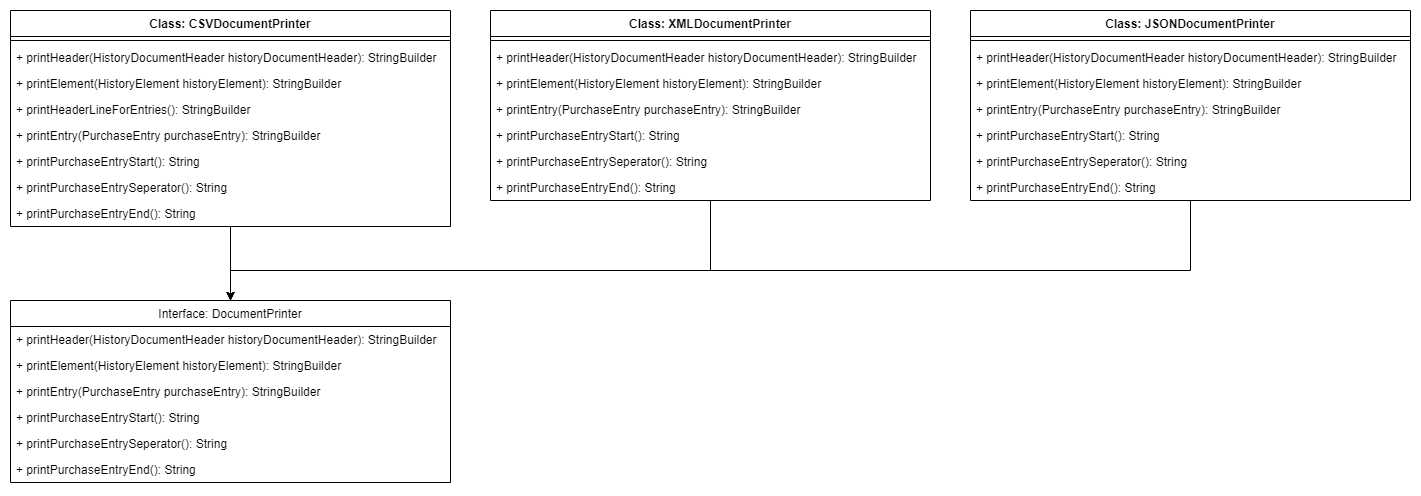
Before: file/Diagramme/OCP-1.png, a diagram exported from draw.io (Nilsksk/Costtracker). Source tidied: cells renumbered, new cells last; positions are measured from the earlier drawing's top-left corner, leaving out a move shared by most shapes. Source of this version:
```xml
<mxGraphModel>
  <root>
    <mxCell id="0" />
    <mxCell id="1" parent="0" />
    <mxCell id="2" style="edgeStyle=orthogonalEdgeStyle;rounded=0;jettySize=auto;html=1;entryX=0.5;entryY=0;entryDx=0;entryDy=0;" parent="1" edge="1" source="3" target="12">
      <mxGeometry relative="1" as="geometry" />
    </mxCell>
    <mxCell id="3" value="Class: CSVDocumentPrinter" style="swimlane;fontStyle=1;align=center;verticalAlign=top;horizontal=1;startSize=26;" parent="1" vertex="1">
      <mxGeometry width="440" height="216" as="geometry" />
    </mxCell>
    <mxCell id="4" style="line;strokeWidth=1;fillColor=none;align=left;verticalAlign=middle;spacingTop=-1;spacingLeft=3;spacingRight=3;labelPosition=right;" parent="3" vertex="1">
      <mxGeometry y="26" width="440" height="8" as="geometry" />
    </mxCell>
    <mxCell id="5" value="+ printHeader(HistoryDocumentHeader historyDocumentHeader): StringBuilder" style="text;strokeColor=none;fillColor=none;align=left;verticalAlign=top;spacingLeft=4;spacingRight=4;overflow=hidden;" parent="3" vertex="1">
      <mxGeometry y="34" width="440" height="26" as="geometry" />
    </mxCell>
    <mxCell id="6" value="+ printElement(HistoryElement historyElement): StringBuilder" style="text;strokeColor=none;fillColor=none;align=left;verticalAlign=top;spacingLeft=4;spacingRight=4;overflow=hidden;" parent="3" vertex="1">
      <mxGeometry y="60" width="440" height="26" as="geometry" />
    </mxCell>
    <mxCell id="7" value="+ printHeaderLineForEntries(): StringBuilder" style="text;strokeColor=none;fillColor=none;align=left;verticalAlign=top;spacingLeft=4;spacingRight=4;overflow=hidden;" parent="3" vertex="1">
      <mxGeometry y="86" width="440" height="26" as="geometry" />
    </mxCell>
    <mxCell id="8" value="+ printEntry(PurchaseEntry purchaseEntry): StringBuilder" style="text;strokeColor=none;fillColor=none;align=left;verticalAlign=top;spacingLeft=4;spacingRight=4;overflow=hidden;" parent="3" vertex="1">
      <mxGeometry y="112" width="440" height="26" as="geometry" />
    </mxCell>
    <mxCell id="9" value="+ printPurchaseEntryStart(): String" style="text;strokeColor=none;fillColor=none;align=left;verticalAlign=top;spacingLeft=4;spacingRight=4;overflow=hidden;" parent="3" vertex="1">
      <mxGeometry y="138" width="440" height="26" as="geometry" />
    </mxCell>
    <mxCell id="10" value="+ printPurchaseEntrySeperator(): String" style="text;strokeColor=none;fillColor=none;align=left;verticalAlign=top;spacingLeft=4;spacingRight=4;overflow=hidden;" parent="3" vertex="1">
      <mxGeometry y="164" width="440" height="26" as="geometry" />
    </mxCell>
    <mxCell id="11" value="+ printPurchaseEntryEnd(): String" style="text;strokeColor=none;fillColor=none;align=left;verticalAlign=top;spacingLeft=4;spacingRight=4;overflow=hidden;" parent="3" vertex="1">
      <mxGeometry y="190" width="440" height="26" as="geometry" />
    </mxCell>
    <mxCell id="12" value="Interface: DocumentPrinter" style="swimlane;fontStyle=0;horizontal=1;startSize=26;fillColor=none;" parent="1" vertex="1">
      <mxGeometry y="290" width="440" height="182" as="geometry" />
    </mxCell>
    <mxCell id="13" value="+ printHeader(HistoryDocumentHeader historyDocumentHeader): StringBuilder" style="text;strokeColor=none;fillColor=none;align=left;verticalAlign=top;spacingLeft=4;spacingRight=4;overflow=hidden;" parent="12" vertex="1">
      <mxGeometry y="26" width="440" height="26" as="geometry" />
    </mxCell>
    <mxCell id="14" value="+ printElement(HistoryElement historyElement): StringBuilder" style="text;strokeColor=none;fillColor=none;align=left;verticalAlign=top;spacingLeft=4;spacingRight=4;overflow=hidden;" parent="12" vertex="1">
      <mxGeometry y="52" width="440" height="26" as="geometry" />
    </mxCell>
    <mxCell id="15" value="+ printEntry(PurchaseEntry purchaseEntry): StringBuilder" style="text;strokeColor=none;fillColor=none;align=left;verticalAlign=top;spacingLeft=4;spacingRight=4;overflow=hidden;" parent="12" vertex="1">
      <mxGeometry y="78" width="440" height="26" as="geometry" />
    </mxCell>
    <mxCell id="16" value="+ printPurchaseEntryStart(): String" style="text;strokeColor=none;fillColor=none;align=left;verticalAlign=top;spacingLeft=4;spacingRight=4;overflow=hidden;" parent="12" vertex="1">
      <mxGeometry y="104" width="440" height="26" as="geometry" />
    </mxCell>
    <mxCell id="17" value="+ printPurchaseEntrySeperator(): String" style="text;strokeColor=none;fillColor=none;align=left;verticalAlign=top;spacingLeft=4;spacingRight=4;overflow=hidden;" parent="12" vertex="1">
      <mxGeometry y="130" width="440" height="26" as="geometry" />
    </mxCell>
    <mxCell id="18" value="+ printPurchaseEntryEnd(): String" style="text;strokeColor=none;fillColor=none;align=left;verticalAlign=top;spacingLeft=4;spacingRight=4;overflow=hidden;" parent="12" vertex="1">
      <mxGeometry y="156" width="440" height="26" as="geometry" />
    </mxCell>
    <mxCell id="19" style="edgeStyle=orthogonalEdgeStyle;rounded=0;jettySize=auto;html=1;entryX=0.5;entryY=0;entryDx=0;entryDy=0;" parent="1" edge="1" source="20" target="12">
      <mxGeometry relative="1" as="geometry">
        <Array as="points">
          <mxPoint x="700" y="260" />
          <mxPoint x="220" y="260" />
        </Array>
      </mxGeometry>
    </mxCell>
    <mxCell id="20" value="Class: XMLDocumentPrinter" style="swimlane;fontStyle=1;align=center;verticalAlign=top;horizontal=1;startSize=26;" parent="1" vertex="1">
      <mxGeometry x="480" width="440" height="190" as="geometry" />
    </mxCell>
    <mxCell id="21" style="line;strokeWidth=1;fillColor=none;align=left;verticalAlign=middle;spacingTop=-1;spacingLeft=3;spacingRight=3;labelPosition=right;" parent="20" vertex="1">
      <mxGeometry y="26" width="440" height="8" as="geometry" />
    </mxCell>
    <mxCell id="22" value="+ printHeader(HistoryDocumentHeader historyDocumentHeader): StringBuilder" style="text;strokeColor=none;fillColor=none;align=left;verticalAlign=top;spacingLeft=4;spacingRight=4;overflow=hidden;" parent="20" vertex="1">
      <mxGeometry y="34" width="440" height="26" as="geometry" />
    </mxCell>
    <mxCell id="23" value="+ printElement(HistoryElement historyElement): StringBuilder" style="text;strokeColor=none;fillColor=none;align=left;verticalAlign=top;spacingLeft=4;spacingRight=4;overflow=hidden;" parent="20" vertex="1">
      <mxGeometry y="60" width="440" height="26" as="geometry" />
    </mxCell>
    <mxCell id="24" value="+ printEntry(PurchaseEntry purchaseEntry): StringBuilder" style="text;strokeColor=none;fillColor=none;align=left;verticalAlign=top;spacingLeft=4;spacingRight=4;overflow=hidden;" parent="20" vertex="1">
      <mxGeometry y="86" width="440" height="26" as="geometry" />
    </mxCell>
    <mxCell id="25" value="+ printPurchaseEntryStart(): String" style="text;strokeColor=none;fillColor=none;align=left;verticalAlign=top;spacingLeft=4;spacingRight=4;overflow=hidden;" parent="20" vertex="1">
      <mxGeometry y="112" width="440" height="26" as="geometry" />
    </mxCell>
    <mxCell id="26" value="+ printPurchaseEntrySeperator(): String" style="text;strokeColor=none;fillColor=none;align=left;verticalAlign=top;spacingLeft=4;spacingRight=4;overflow=hidden;" parent="20" vertex="1">
      <mxGeometry y="138" width="440" height="26" as="geometry" />
    </mxCell>
    <mxCell id="27" value="+ printPurchaseEntryEnd(): String" style="text;strokeColor=none;fillColor=none;align=left;verticalAlign=top;spacingLeft=4;spacingRight=4;overflow=hidden;" parent="20" vertex="1">
      <mxGeometry y="164" width="440" height="26" as="geometry" />
    </mxCell>
    <mxCell id="28" style="edgeStyle=orthogonalEdgeStyle;rounded=0;jettySize=auto;html=1;entryX=0.5;entryY=0;entryDx=0;entryDy=0;" parent="1" edge="1" source="29" target="12">
      <mxGeometry relative="1" as="geometry">
        <Array as="points">
          <mxPoint x="1180" y="260" />
          <mxPoint x="220" y="260" />
        </Array>
      </mxGeometry>
    </mxCell>
    <mxCell id="29" value="Class: JSONDocumentPrinter" style="swimlane;fontStyle=1;align=center;verticalAlign=top;horizontal=1;startSize=26;" parent="1" vertex="1">
      <mxGeometry x="960" width="440" height="190" as="geometry" />
    </mxCell>
    <mxCell id="30" style="line;strokeWidth=1;fillColor=none;align=left;verticalAlign=middle;spacingTop=-1;spacingLeft=3;spacingRight=3;labelPosition=right;" parent="29" vertex="1">
      <mxGeometry y="26" width="440" height="8" as="geometry" />
    </mxCell>
    <mxCell id="31" value="+ printHeader(HistoryDocumentHeader historyDocumentHeader): StringBuilder" style="text;strokeColor=none;fillColor=none;align=left;verticalAlign=top;spacingLeft=4;spacingRight=4;overflow=hidden;" parent="29" vertex="1">
      <mxGeometry y="34" width="440" height="26" as="geometry" />
    </mxCell>
    <mxCell id="32" value="+ printElement(HistoryElement historyElement): StringBuilder" style="text;strokeColor=none;fillColor=none;align=left;verticalAlign=top;spacingLeft=4;spacingRight=4;overflow=hidden;" parent="29" vertex="1">
      <mxGeometry y="60" width="440" height="26" as="geometry" />
    </mxCell>
    <mxCell id="33" value="+ printEntry(PurchaseEntry purchaseEntry): StringBuilder" style="text;strokeColor=none;fillColor=none;align=left;verticalAlign=top;spacingLeft=4;spacingRight=4;overflow=hidden;" parent="29" vertex="1">
      <mxGeometry y="86" width="440" height="26" as="geometry" />
    </mxCell>
    <mxCell id="34" value="+ printPurchaseEntryStart(): String" style="text;strokeColor=none;fillColor=none;align=left;verticalAlign=top;spacingLeft=4;spacingRight=4;overflow=hidden;" parent="29" vertex="1">
      <mxGeometry y="112" width="440" height="26" as="geometry" />
    </mxCell>
    <mxCell id="35" value="+ printPurchaseEntrySeperator(): String" style="text;strokeColor=none;fillColor=none;align=left;verticalAlign=top;spacingLeft=4;spacingRight=4;overflow=hidden;" parent="29" vertex="1">
      <mxGeometry y="138" width="440" height="26" as="geometry" />
    </mxCell>
    <mxCell id="36" value="+ printPurchaseEntryEnd(): String" style="text;strokeColor=none;fillColor=none;align=left;verticalAlign=top;spacingLeft=4;spacingRight=4;overflow=hidden;" parent="29" vertex="1">
      <mxGeometry y="164" width="440" height="26" as="geometry" />
    </mxCell>
  </root>
</mxGraphModel>
```
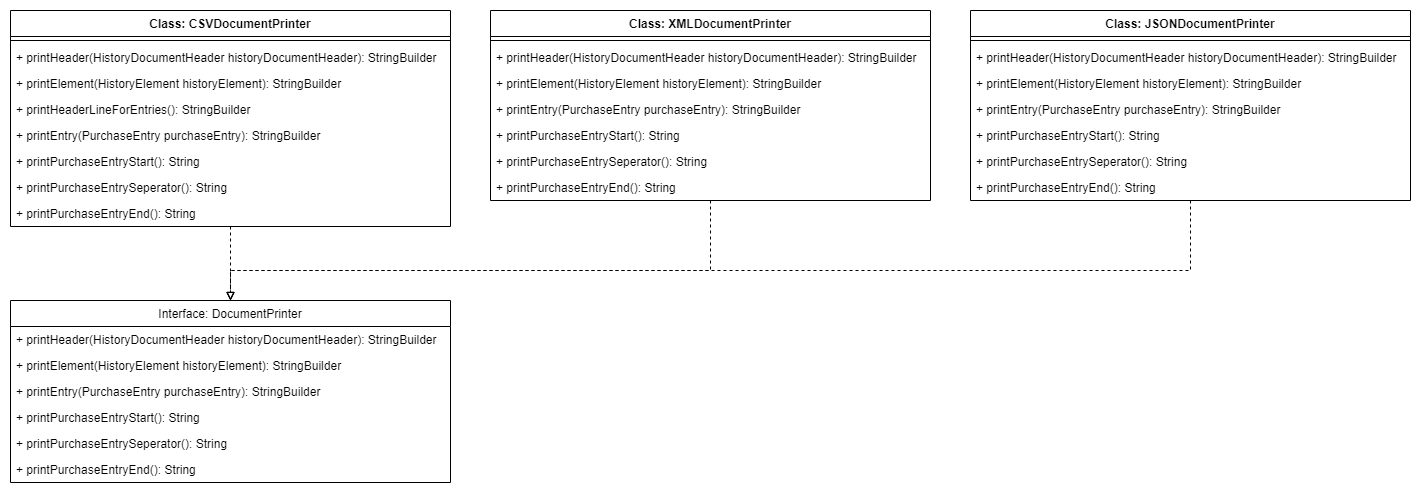
Above is the later version.

Change to the diagram source:
```diff
@@ -2,7 +2,7 @@
   <root>
     <mxCell id="0" />
     <mxCell id="1" parent="0" />
-    <mxCell id="2" style="edgeStyle=orthogonalEdgeStyle;rounded=0;jettySize=auto;html=1;entryX=0.5;entryY=0;entryDx=0;entryDy=0;" parent="1" edge="1" source="3" target="12">
+    <mxCell id="2" style="edgeStyle=orthogonalEdgeStyle;rounded=0;jettySize=auto;html=1;entryX=0.5;entryY=0;entryDx=0;entryDy=0;endArrow=block;endFill=0;dashed=1;" parent="1" edge="1" source="3" target="12">
       <mxGeometry relative="1" as="geometry" />
     </mxCell>
     <mxCell id="3" value="Class: CSVDocumentPrinter" style="swimlane;fontStyle=1;align=center;verticalAlign=top;horizontal=1;startSize=26;" parent="1" vertex="1">
@@ -53,7 +53,7 @@
     <mxCell id="18" value="+ printPurchaseEntryEnd(): String" style="text;strokeColor=none;fillColor=none;align=left;verticalAlign=top;spacingLeft=4;spacingRight=4;overflow=hidden;" parent="12" vertex="1">
       <mxGeometry y="156" width="440" height="26" as="geometry" />
     </mxCell>
-    <mxCell id="19" style="edgeStyle=orthogonalEdgeStyle;rounded=0;jettySize=auto;html=1;entryX=0.5;entryY=0;entryDx=0;entryDy=0;" parent="1" edge="1" source="20" target="12">
+    <mxCell id="19" style="edgeStyle=orthogonalEdgeStyle;rounded=0;jettySize=auto;html=1;entryX=0.5;entryY=0;entryDx=0;entryDy=0;dashed=1;endArrow=block;endFill=0;" parent="1" edge="1" source="20" target="12">
       <mxGeometry relative="1" as="geometry">
         <Array as="points">
           <mxPoint x="700" y="260" />
@@ -85,7 +85,7 @@
     <mxCell id="27" value="+ printPurchaseEntryEnd(): String" style="text;strokeColor=none;fillColor=none;align=left;verticalAlign=top;spacingLeft=4;spacingRight=4;overflow=hidden;" parent="20" vertex="1">
       <mxGeometry y="164" width="440" height="26" as="geometry" />
     </mxCell>
-    <mxCell id="28" style="edgeStyle=orthogonalEdgeStyle;rounded=0;jettySize=auto;html=1;entryX=0.5;entryY=0;entryDx=0;entryDy=0;" parent="1" edge="1" source="29" target="12">
+    <mxCell id="28" style="edgeStyle=orthogonalEdgeStyle;rounded=0;jettySize=auto;html=1;entryX=0.5;entryY=0;entryDx=0;entryDy=0;dashed=1;endArrow=block;endFill=0;" parent="1" edge="1" source="29" target="12">
       <mxGeometry relative="1" as="geometry">
         <Array as="points">
           <mxPoint x="1180" y="260" />
```
